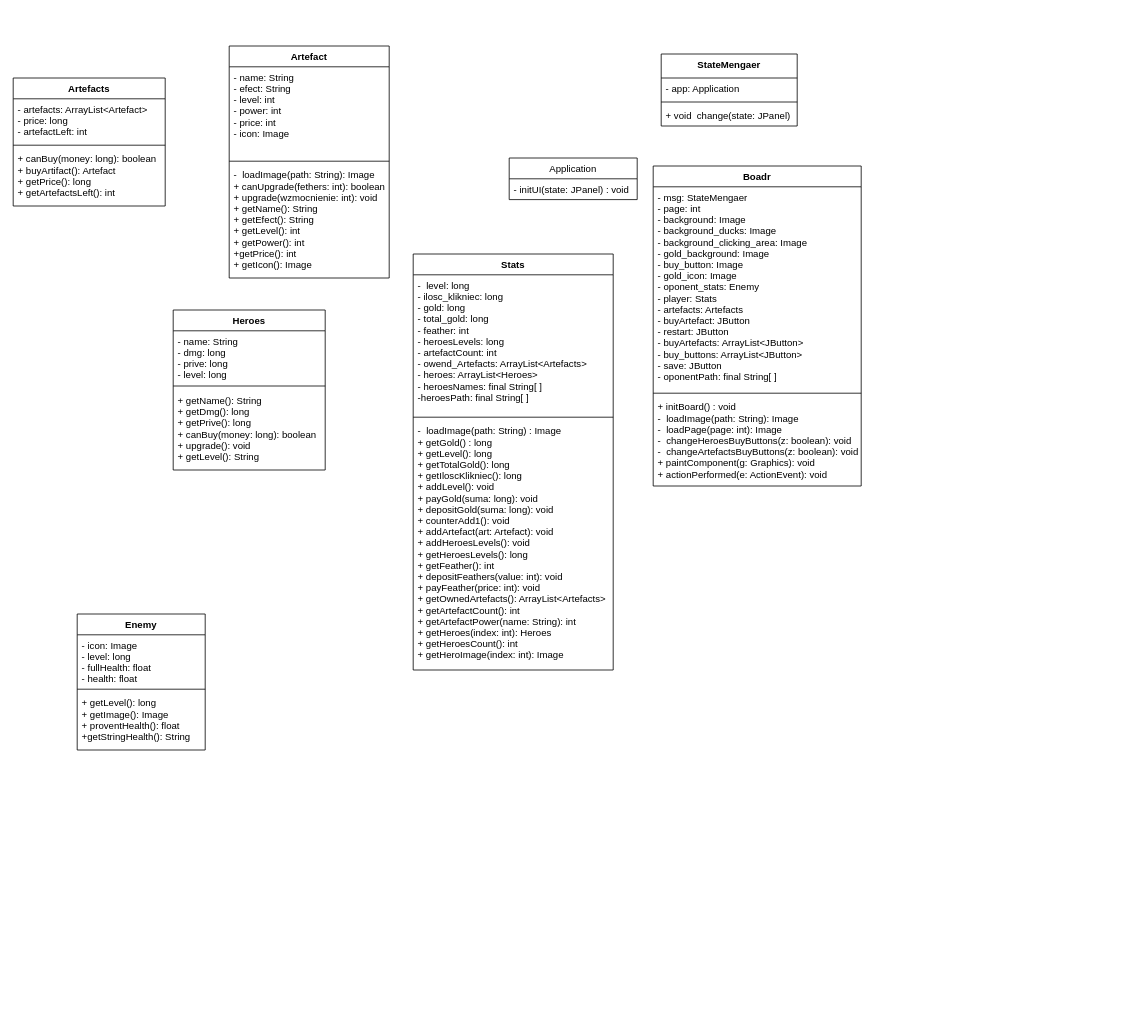
This is uml.drawio from bullyhunter1917/Duck_Clicker_Java, a draw.io file, before an edit. Source tidied: cells renumbered, new cells numbered last; positions are measured from the earlier drawing's top-left corner, leaving out a move shared by most shapes. Both pictures are drawn from the tidied source at 80%, with x=0, y=0 at pixel (13, 46).
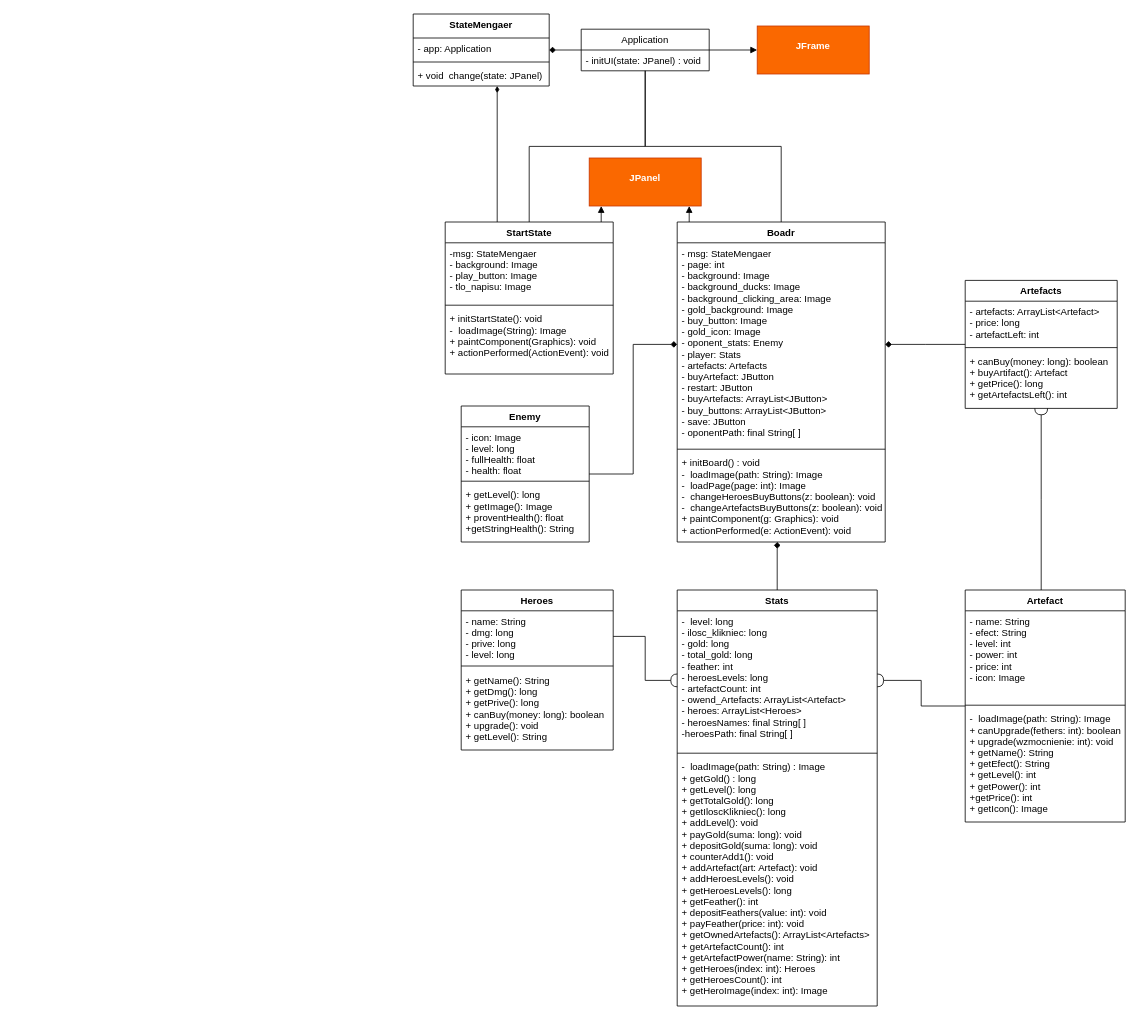
The same page after the edit.

Commit message (it also covers changes not shown here):
finished start screen and finished uml

Unchanged cells that the change refers to:
```xml
<mxCell id="5" value="+ void  change(state: JPanel) " style="text;strokeColor=none;fillColor=none;align=left;verticalAlign=top;spacingLeft=4;spacingRight=4;overflow=hidden;points=[[0,0.5],[1,0.5]];portConstraint=eastwest;" parent="2" vertex="1">
  <mxGeometry y="64" width="170" height="26" as="geometry" />
</mxCell>
<mxCell id="9" value="- msg: StateMengaer&#10;- page: int&#10;- background: Image&#10;- background_ducks: Image&#10;- background_clicking_area: Image&#10;- gold_background: Image&#10;- buy_button: Image&#10;- gold_icon: Image&#10;- oponent_stats: Enemy&#10;- player: Stats&#10;- artefacts: Artefacts&#10;- buyArtefact: JButton&#10;- restart: JButton&#10;- buyArtefacts: ArrayList&lt;JButton&gt;&#10;- buy_buttons: ArrayList&lt;JButton&gt;&#10;- save: JButton&#10;- oponentPath: final String[ ]" style="text;strokeColor=none;fillColor=none;align=left;verticalAlign=top;spacingLeft=4;spacingRight=4;overflow=hidden;points=[[0,0.5],[1,0.5]];portConstraint=eastwest;" parent="8" vertex="1">
  <mxGeometry y="26" width="260" height="254" as="geometry" />
</mxCell>
<mxCell id="17" value="- name: String&#10;- dmg: long&#10;- prive: long&#10;- level: long" style="text;strokeColor=none;fillColor=none;align=left;verticalAlign=top;spacingLeft=4;spacingRight=4;overflow=hidden;points=[[0,0.5],[1,0.5]];portConstraint=eastwest;" parent="16" vertex="1">
  <mxGeometry y="26" width="190" height="64" as="geometry" />
</mxCell>
```

Change to the diagram source:
```diff
@@
     <mxCell id="2" value="StateMengaer" style="swimlane;fontStyle=1;align=center;verticalAlign=top;horizontal=1;startSize=30;" parent="1" vertex="1">
-      <mxGeometry x="810" y="10" width="170" height="90" as="geometry" />
+      <mxGeometry x="500" y="-40" width="170" height="90" as="geometry" />
     </mxCell>
@@
+    <mxCell id="32" style="edgeStyle=orthogonalEdgeStyle;rounded=0;jettySize=auto;html=1;endArrow=diamond;endFill=1;" parent="1" edge="1" source="6" target="2">
+      <mxGeometry relative="1" as="geometry" />
+    </mxCell>
+    <mxCell id="33" style="edgeStyle=orthogonalEdgeStyle;rounded=0;jettySize=auto;html=1;endArrow=block;endFill=1;" parent="1" edge="1" source="6" target="48">
+      <mxGeometry relative="1" as="geometry" />
+    </mxCell>
-    <mxCell id="6" value="Application" style="swimlane;fontStyle=0;horizontal=1;startSize=26;fillColor=none;" parent="1" vertex="1">
-      <mxGeometry x="620" y="140" width="160" height="52" as="geometry" />
+    <mxCell id="6" value="Application" style="swimlane;fontStyle=0;horizontal=1;startSize=26;fillColor=none;rotation=0;" parent="1" vertex="1">
+      <mxGeometry x="710" y="-21" width="160" height="52" as="geometry" />
     </mxCell>
-    <mxCell id="7" value="- initUI(state: JPanel) : void" style="text;strokeColor=none;fillColor=none;align=left;verticalAlign=top;spacingLeft=4;spacingRight=4;overflow=hidden;" parent="6" vertex="1">
+    <mxCell id="7" value="- initUI(state: JPanel) : void" style="text;strokeColor=none;fillColor=none;align=left;verticalAlign=top;spacingLeft=4;spacingRight=4;overflow=hidden;rotation=0;" parent="6" vertex="1">
       <mxGeometry y="26" width="160" height="26" as="geometry" />
     </mxCell>
+    <mxCell id="34" style="edgeStyle=orthogonalEdgeStyle;rounded=0;jettySize=auto;html=1;endArrow=none;endFill=0;" parent="1" edge="1" source="8" target="6">
+      <mxGeometry relative="1" as="geometry" />
+    </mxCell>
+    <mxCell id="35" style="edgeStyle=elbowEdgeStyle;rounded=0;jettySize=auto;html=1;endArrow=block;endFill=1;" parent="1" edge="1" source="8" target="49">
+      <mxGeometry relative="1" as="geometry" />
+    </mxCell>
     <mxCell id="8" value="Boadr" style="swimlane;fontStyle=1;align=center;verticalAlign=top;horizontal=1;startSize=26;" parent="1" vertex="1">
-      <mxGeometry x="800" y="150" width="260" height="400" as="geometry" />
+      <mxGeometry x="830" y="220" width="260" height="400" as="geometry" />
     </mxCell>
@@
+    <mxCell id="36" style="edgeStyle=elbowEdgeStyle;rounded=0;jettySize=auto;html=1;endArrow=diamond;endFill=1;" parent="1" edge="1" source="12" target="8">
+      <mxGeometry relative="1" as="geometry" />
+    </mxCell>
     <mxCell id="12" value="Stats" style="swimlane;fontStyle=1;align=center;verticalAlign=top;horizontal=1;startSize=26;" parent="1" vertex="1">
-      <mxGeometry x="500" y="260" width="250" height="520" as="geometry" />
+      <mxGeometry x="830" y="680" width="250" height="520" as="geometry" />
     </mxCell>
-    <mxCell id="13" value="-  level: long&#10;- ilosc_klikniec: long&#10;- gold: long&#10;- total_gold: long&#10;- feather: int&#10;- heroesLevels: long&#10;- artefactCount: int&#10;- owend_Artefacts: ArrayList&lt;Artefacts&gt;&#10;- heroes: ArrayList&lt;Heroes&gt;&#10;- heroesNames: final String[ ]&#10;-heroesPath: final String[ ]" style="text;strokeColor=none;fillColor=none;align=left;verticalAlign=top;spacingLeft=4;spacingRight=4;overflow=hidden;points=[[0,0.5],[1,0.5]];portConstraint=eastwest;" parent="12" vertex="1">
+    <mxCell id="13" value="-  level: long&#10;- ilosc_klikniec: long&#10;- gold: long&#10;- total_gold: long&#10;- feather: int&#10;- heroesLevels: long&#10;- artefactCount: int&#10;- owend_Artefacts: ArrayList&lt;Artefact&gt;&#10;- heroes: ArrayList&lt;Heroes&gt;&#10;- heroesNames: final String[ ]&#10;-heroesPath: final String[ ]" style="text;strokeColor=none;fillColor=none;align=left;verticalAlign=top;spacingLeft=4;spacingRight=4;overflow=hidden;points=[[0,0.5],[1,0.5]];portConstraint=eastwest;" parent="12" vertex="1">
       <mxGeometry y="26" width="250" height="174" as="geometry" />
     </mxCell>
@@
     <mxCell id="16" value="Heroes" style="swimlane;fontStyle=1;align=center;verticalAlign=top;horizontal=1;startSize=26;" parent="1" vertex="1">
-      <mxGeometry x="200" y="330" width="190" height="200" as="geometry" />
+      <mxGeometry x="560" y="680" width="190" height="200" as="geometry" />
     </mxCell>
@@
+    <mxCell id="37" style="edgeStyle=elbowEdgeStyle;rounded=0;jettySize=auto;html=1;endArrow=halfCircle;endFill=0;" parent="1" edge="1" source="20" target="24">
+      <mxGeometry relative="1" as="geometry" />
+    </mxCell>
+    <mxCell id="38" style="edgeStyle=elbowEdgeStyle;rounded=0;jettySize=auto;html=1;endArrow=halfCircle;endFill=0;" parent="1" edge="1" source="20" target="13">
+      <mxGeometry relative="1" as="geometry" />
+    </mxCell>
     <mxCell id="20" value="Artefact" style="swimlane;fontStyle=1;align=center;verticalAlign=top;horizontal=1;startSize=26;" parent="1" vertex="1">
-      <mxGeometry x="270" width="200" height="290" as="geometry" />
+      <mxGeometry x="1190" y="680" width="200" height="290" as="geometry" />
     </mxCell>
@@
+    <mxCell id="39" style="edgeStyle=elbowEdgeStyle;rounded=0;jettySize=auto;html=1;endArrow=diamond;endFill=1;" parent="1" edge="1" source="24" target="9">
+      <mxGeometry relative="1" as="geometry" />
+    </mxCell>
     <mxCell id="24" value="Artefacts" style="swimlane;fontStyle=1;align=center;verticalAlign=top;horizontal=1;startSize=26;" parent="1" vertex="1">
-      <mxGeometry y="40" width="190" height="160" as="geometry" />
+      <mxGeometry x="1190" y="293" width="190" height="160" as="geometry" />
     </mxCell>
@@
+    <mxCell id="40" style="edgeStyle=elbowEdgeStyle;rounded=0;jettySize=auto;html=1;endArrow=diamond;endFill=1;" parent="1" edge="1" source="28" target="9">
+      <mxGeometry relative="1" as="geometry" />
+    </mxCell>
     <mxCell id="28" value="Enemy" style="swimlane;fontStyle=1;align=center;verticalAlign=top;horizontal=1;startSize=26;" parent="1" vertex="1">
-      <mxGeometry x="80" y="710" width="160" height="170" as="geometry" />
+      <mxGeometry x="560" y="450" width="160" height="170" as="geometry" />
     </mxCell>
@@
+    <mxCell id="41" style="rounded=0;jettySize=auto;html=1;endArrow=none;endFill=0;edgeStyle=orthogonalEdgeStyle;" parent="1" edge="1" source="44" target="6">
+      <mxGeometry relative="1" as="geometry" />
+    </mxCell>
+    <mxCell id="42" style="edgeStyle=elbowEdgeStyle;rounded=0;jettySize=auto;html=1;endArrow=block;endFill=1;" parent="1" edge="1" source="44" target="49">
+      <mxGeometry relative="1" as="geometry" />
+    </mxCell>
+    <mxCell id="43" style="edgeStyle=elbowEdgeStyle;rounded=0;jettySize=auto;html=1;endArrow=diamondThin;endFill=1;" parent="1" edge="1" source="44" target="5">
+      <mxGeometry relative="1" as="geometry" />
+    </mxCell>
+    <mxCell id="44" value="StartState" style="swimlane;fontStyle=1;align=center;verticalAlign=top;horizontal=1;startSize=26;" parent="1" vertex="1">
+      <mxGeometry x="540" y="220" width="210" height="190" as="geometry" />
+    </mxCell>
+    <mxCell id="45" value="-msg: StateMengaer&#10;- background: Image&#10;- play_button: Image&#10;- tlo_napisu: Image" style="text;strokeColor=none;fillColor=none;align=left;verticalAlign=top;spacingLeft=4;spacingRight=4;overflow=hidden;" parent="44" vertex="1">
+      <mxGeometry y="26" width="210" height="74" as="geometry" />
+    </mxCell>
+    <mxCell id="46" style="line;strokeWidth=1;fillColor=none;align=left;verticalAlign=middle;spacingTop=-1;spacingLeft=3;spacingRight=3;labelPosition=right;" parent="44" vertex="1">
+      <mxGeometry y="100" width="210" height="8" as="geometry" />
+    </mxCell>
+    <mxCell id="47" value="+ initStartState(): void&#10;-  loadImage(String): Image&#10;+ paintComponent(Graphics): void&#10;+ actionPerformed(ActionEvent): void" style="text;strokeColor=none;fillColor=none;align=left;verticalAlign=top;spacingLeft=4;spacingRight=4;overflow=hidden;" parent="44" vertex="1">
+      <mxGeometry y="108" width="210" height="82" as="geometry" />
+    </mxCell>
+    <mxCell id="48" value="&lt;p style=&quot;margin: 0px ; margin-top: 4px ; text-align: center&quot;&gt;&lt;br&gt;&lt;b&gt;JFrame&lt;/b&gt;&lt;/p&gt;" style="verticalAlign=top;align=left;overflow=fill;fontSize=12;fontFamily=Helvetica;html=1;fillColor=#fa6800;strokeColor=#C73500;fontColor=#ffffff;" parent="1" vertex="1">
+      <mxGeometry x="930" y="-25" width="140" height="60" as="geometry" />
+    </mxCell>
+    <mxCell id="49" value="&lt;p style=&quot;margin: 0px ; margin-top: 4px ; text-align: center&quot;&gt;&lt;br&gt;&lt;b&gt;JPanel&lt;/b&gt;&lt;/p&gt;&lt;p style=&quot;margin: 0px ; margin-top: 4px ; text-align: center&quot;&gt;&lt;b&gt;&lt;br&gt;&lt;/b&gt;&lt;/p&gt;" style="verticalAlign=top;align=left;overflow=fill;fontSize=12;fontFamily=Helvetica;html=1;fillColor=#fa6800;strokeColor=#C73500;fontColor=#ffffff;" parent="1" vertex="1">
+      <mxGeometry x="720" y="140" width="140" height="60" as="geometry" />
+    </mxCell>
+    <mxCell id="50" style="edgeStyle=elbowEdgeStyle;rounded=0;jettySize=auto;html=1;endArrow=halfCircle;endFill=0;" parent="1" edge="1" source="17" target="13">
+      <mxGeometry relative="1" as="geometry" />
+    </mxCell>
```
